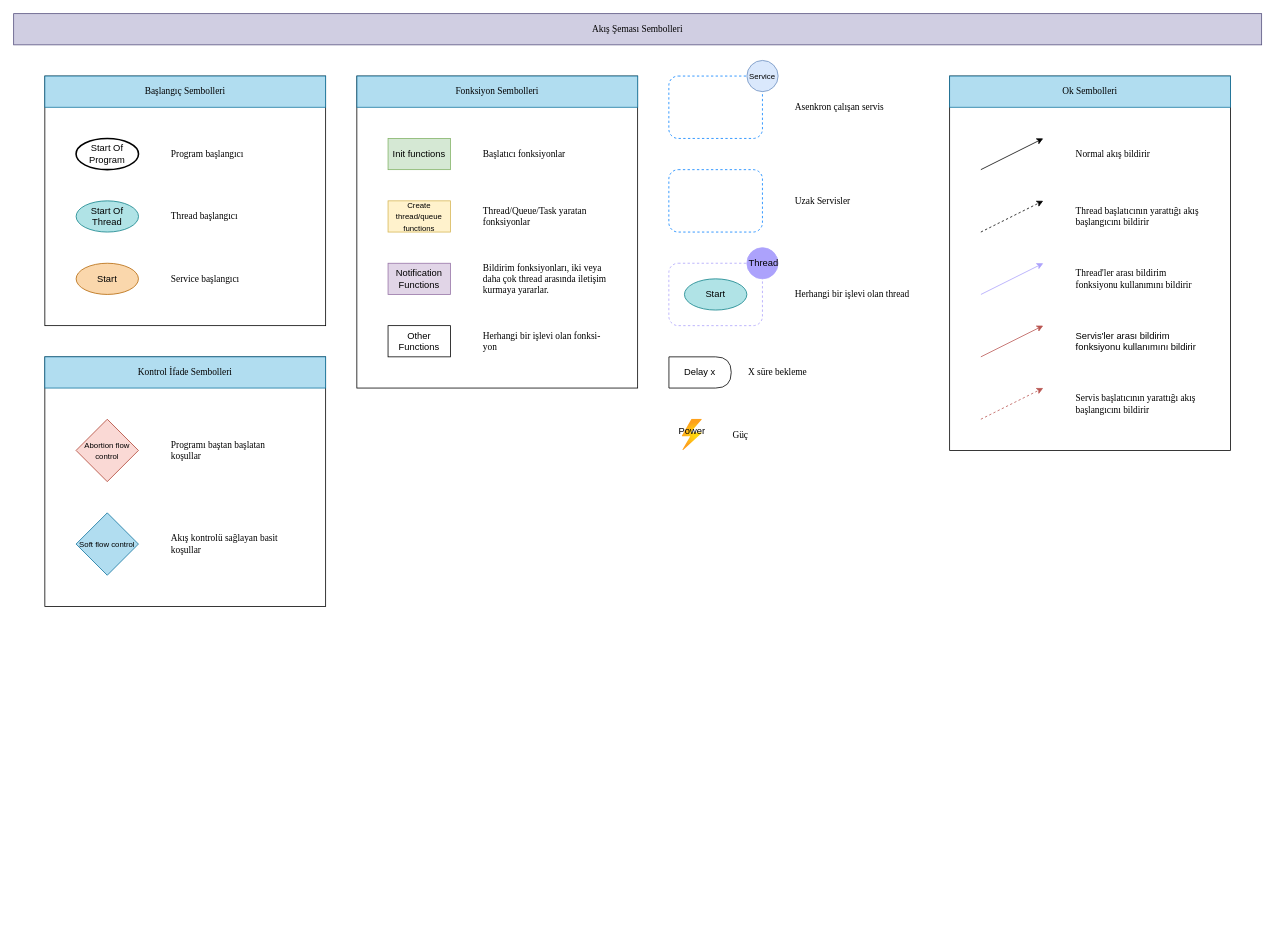
Mona-Roza/car_tracking keeps this draw.io diagram as flow_chart_symbols.drawio. Above is the earlier version. Source tidied: cells renumbered, new cells numbered last; positions are measured from the earlier drawing's top-left corner, leaving out a move shared by most shapes. Both pictures are drawn from the tidied source at 78%, with x=0, y=0 at pixel (13, 13).
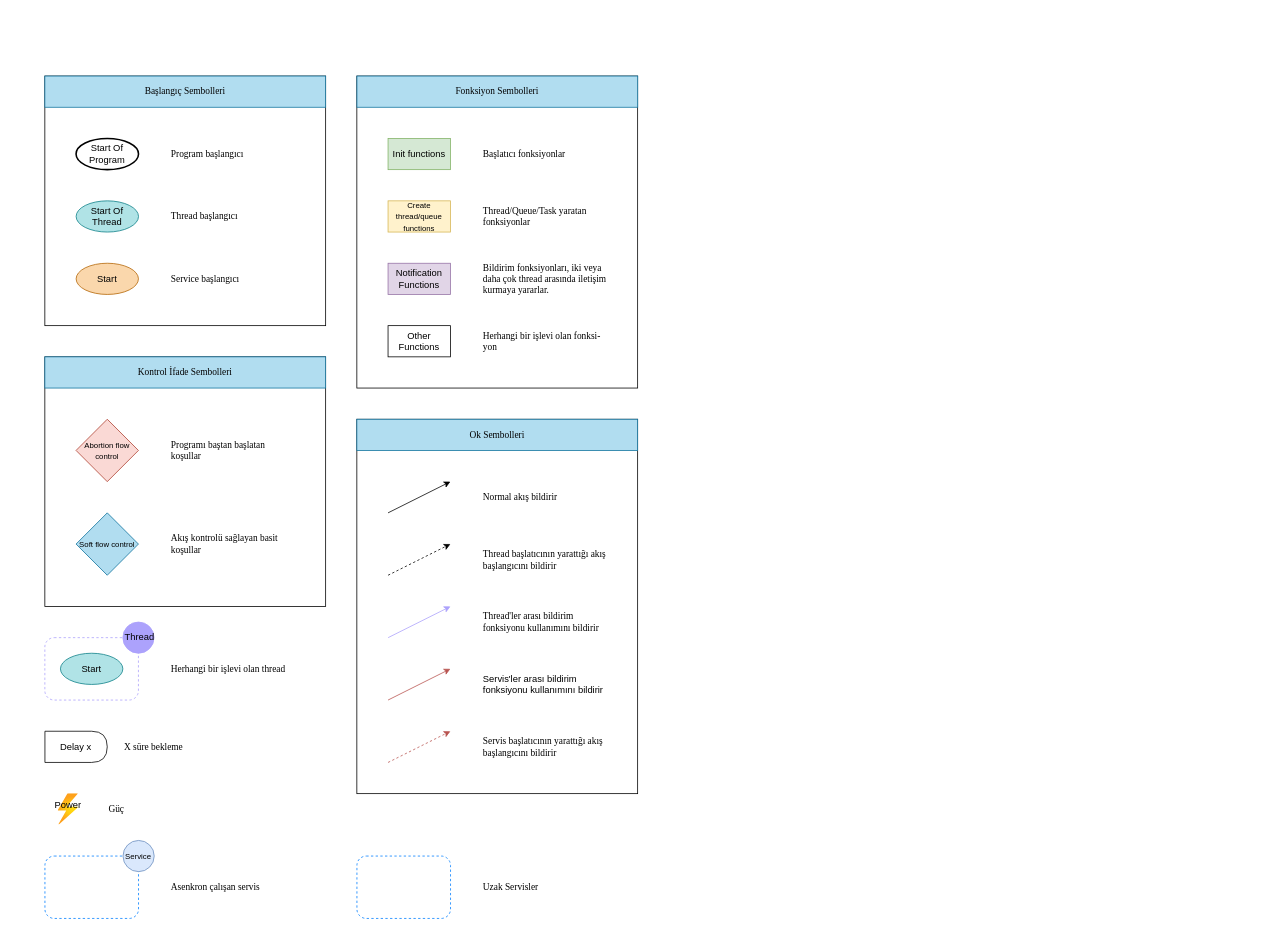
The same diagram, later.

Commit message (it also covers changes not shown here):
updated flow chart symbols

The edit, as a diff of the source:
```diff
@@
     <mxCell id="2" style="rounded=0;whiteSpace=wrap;html=1;fillColor=none;" parent="1" vertex="1">
-      <mxGeometry x="1200" y="80" width="360" height="480" as="geometry" />
+      <mxGeometry x="440" y="520" width="360" height="480" as="geometry" />
     </mxCell>
@@
-    <mxCell id="8" value="&lt;font face=&quot;Times New Roman&quot;&gt;Akış Şeması Sembolleri&lt;/font&gt;" style="text;html=1;strokeColor=#56517e;fillColor=#d0cee2;align=center;verticalAlign=middle;whiteSpace=wrap;rounded=0;" parent="1" vertex="1">
-      <mxGeometry width="1600" height="40" as="geometry" />
-    </mxCell>
@@
     <mxCell id="26" style="rounded=1;whiteSpace=wrap;html=1;dashed=1;fillColor=none;strokeColor=#ACA2FC;" parent="1" vertex="1">
-      <mxGeometry x="840" y="320" width="120" height="80" as="geometry" />
+      <mxGeometry x="40" y="800" width="120" height="80" as="geometry" />
     </mxCell>
     <mxCell id="27" value="&amp;nbsp;Thread" style="ellipse;whiteSpace=wrap;html=1;fillColor=#ACA2FC;strokeColor=#ACA2FC;" parent="1" vertex="1">
-      <mxGeometry x="940" y="300" width="40" height="40" as="geometry" />
+      <mxGeometry x="140" y="780" width="40" height="40" as="geometry" />
     </mxCell>
     <mxCell id="28" value="Start" style="ellipse;whiteSpace=wrap;html=1;fillColor=#b0e3e6;strokeColor=#0e8088;" parent="1" vertex="1">
-      <mxGeometry x="860" y="340" width="80" height="40" as="geometry" />
+      <mxGeometry x="60" y="820" width="80" height="40" as="geometry" />
     </mxCell>
     <mxCell id="29" value="&lt;font face=&quot;Times New Roman&quot;&gt;Herhangi bir işlevi olan thread&lt;/font&gt;" style="text;html=1;strokeColor=none;fillColor=none;align=left;verticalAlign=middle;whiteSpace=wrap;rounded=0;" parent="1" vertex="1">
-      <mxGeometry x="1000" y="340" width="160" height="40" as="geometry" />
+      <mxGeometry x="200" y="820" width="160" height="40" as="geometry" />
     </mxCell>
     <mxCell id="30" value="Delay x" style="shape=delay;whiteSpace=wrap;html=1;" parent="1" vertex="1">
-      <mxGeometry x="840.1" y="440" width="79.9" height="40" as="geometry" />
+      <mxGeometry x="40.1" y="920" width="79.9" height="40" as="geometry" />
     </mxCell>
     <mxCell id="31" value="&lt;font face=&quot;Times New Roman&quot;&gt;X süre bekleme&amp;nbsp;&lt;/font&gt;" style="text;html=1;strokeColor=none;fillColor=none;align=left;verticalAlign=middle;whiteSpace=wrap;rounded=0;" parent="1" vertex="1">
-      <mxGeometry x="940" y="440" width="90" height="40" as="geometry" />
+      <mxGeometry x="140" y="920" width="90" height="40" as="geometry" />
     </mxCell>
     <mxCell id="32" style="image;html=1;align=center;fontSize=12;image=img/lib/azure2/general/Power.svg;" parent="1" vertex="1">
-      <mxGeometry x="857" y="520" width="25.9" height="40" as="geometry" />
+      <mxGeometry x="57" y="1000" width="25.9" height="40" as="geometry" />
     </mxCell>
     <mxCell id="33" value="Power" style="text;html=1;strokeColor=none;fillColor=none;align=center;verticalAlign=middle;whiteSpace=wrap;rounded=0;" parent="1" vertex="1">
-      <mxGeometry x="840" y="520" width="60" height="30" as="geometry" />
+      <mxGeometry x="40" y="1000" width="60" height="30" as="geometry" />
     </mxCell>
     <mxCell id="34" value="&lt;font face=&quot;Times New Roman&quot;&gt;Güç&lt;/font&gt;" style="text;html=1;strokeColor=none;fillColor=none;align=left;verticalAlign=middle;whiteSpace=wrap;rounded=0;" parent="1" vertex="1">
-      <mxGeometry x="920" y="520" width="40" height="40" as="geometry" />
+      <mxGeometry x="120" y="1000" width="40" height="40" as="geometry" />
     </mxCell>
     <mxCell id="35" value="&lt;font face=&quot;Times New Roman&quot;&gt;Ok Sembolleri&lt;/font&gt;" style="text;html=1;strokeColor=#10739e;fillColor=#b1ddf0;align=center;verticalAlign=middle;whiteSpace=wrap;rounded=0;" parent="1" vertex="1">
-      <mxGeometry x="1200" y="80" width="360" height="40" as="geometry" />
+      <mxGeometry x="440" y="520" width="360" height="40" as="geometry" />
     </mxCell>
     <mxCell id="36" style="endArrow=classic;html=1;rounded=0;entryX=0.333;entryY=0.333;entryDx=0;entryDy=0;entryPerimeter=0;dashed=1;" parent="1" edge="1">
       <mxGeometry relative="1" as="geometry">
-        <mxPoint x="1240" y="280" as="sourcePoint" />
-        <mxPoint x="1320" y="240" as="targetPoint" />
+        <mxPoint x="480" y="720" as="sourcePoint" />
+        <mxPoint x="560" y="680" as="targetPoint" />
       </mxGeometry>
     </mxCell>
     <mxCell id="37" style="endArrow=classic;html=1;rounded=0;entryX=0.333;entryY=0.333;entryDx=0;entryDy=0;entryPerimeter=0;" parent="1" edge="1">
       <mxGeometry relative="1" as="geometry">
-        <mxPoint x="1240" y="200" as="sourcePoint" />
-        <mxPoint x="1320" y="160" as="targetPoint" />
+        <mxPoint x="480" y="640" as="sourcePoint" />
+        <mxPoint x="560" y="600" as="targetPoint" />
       </mxGeometry>
     </mxCell>
     <mxCell id="38" style="endArrow=classic;html=1;rounded=0;entryX=0.333;entryY=0.333;entryDx=0;entryDy=0;entryPerimeter=0;strokeColor=#ACA2FC;" parent="1" edge="1">
       <mxGeometry relative="1" as="geometry">
-        <mxPoint x="1240.1" y="360" as="sourcePoint" />
-        <mxPoint x="1320.1" y="320" as="targetPoint" />
+        <mxPoint x="480.1" y="800" as="sourcePoint" />
+        <mxPoint x="560.1" y="760" as="targetPoint" />
       </mxGeometry>
     </mxCell>
     <mxCell id="39" value="&lt;font face=&quot;Times New Roman&quot;&gt;Normal akış bildirir&lt;/font&gt;" style="text;html=1;strokeColor=none;fillColor=none;align=left;verticalAlign=middle;whiteSpace=wrap;rounded=0;" parent="1" vertex="1">
-      <mxGeometry x="1360" y="160" width="160" height="40" as="geometry" />
+      <mxGeometry x="600" y="600" width="160" height="40" as="geometry" />
     </mxCell>
     <mxCell id="40" value="&lt;font face=&quot;Times New Roman&quot;&gt;Thread başlatıcının yarattığı akış başlangıcını bildirir&lt;/font&gt;" style="text;html=1;strokeColor=none;fillColor=none;align=left;verticalAlign=middle;whiteSpace=wrap;rounded=0;" parent="1" vertex="1">
-      <mxGeometry x="1360" y="240" width="160" height="40" as="geometry" />
+      <mxGeometry x="600" y="680" width="160" height="40" as="geometry" />
     </mxCell>
     <mxCell id="41" value="&lt;font face=&quot;Times New Roman&quot;&gt;Thread'ler arası bildirim fonksiyonu kullanımını bildirir&lt;/font&gt;" style="text;html=1;strokeColor=none;fillColor=none;align=left;verticalAlign=middle;whiteSpace=wrap;rounded=0;" parent="1" vertex="1">
-      <mxGeometry x="1360" y="320" width="160" height="40" as="geometry" />
+      <mxGeometry x="600" y="760" width="160" height="40" as="geometry" />
     </mxCell>
@@
     <mxCell id="44" style="rounded=1;whiteSpace=wrap;html=1;dashed=1;strokeColor=#007FFF;fillColor=none;" parent="1" vertex="1">
-      <mxGeometry x="840" y="80" width="120" height="80" as="geometry" />
+      <mxGeometry x="40.1" y="1080" width="120" height="80" as="geometry" />
     </mxCell>
     <mxCell id="45" value="Service" style="ellipse;whiteSpace=wrap;html=1;fillColor=#dae8fc;strokeColor=#6c8ebf;align=center;fontSize=10;" parent="1" vertex="1">
-      <mxGeometry x="940.1" y="60" width="40" height="40" as="geometry" />
+      <mxGeometry x="140.2" y="1060" width="40" height="40" as="geometry" />
     </mxCell>
     <mxCell id="46" style="rounded=1;whiteSpace=wrap;html=1;dashed=1;strokeColor=#007FFF;fillColor=none;" parent="1" vertex="1">
-      <mxGeometry x="840" y="200" width="120" height="80" as="geometry" />
+      <mxGeometry x="440.1" y="1080" width="120" height="80" as="geometry" />
     </mxCell>
     <mxCell id="47" value="&lt;font face=&quot;Times New Roman&quot;&gt;Uzak Servisler&lt;/font&gt;" style="text;html=1;strokeColor=none;fillColor=none;align=left;verticalAlign=middle;whiteSpace=wrap;rounded=0;" parent="1" vertex="1">
-      <mxGeometry x="1000" y="220" width="160" height="40" as="geometry" />
+      <mxGeometry x="600.1" y="1100" width="160" height="40" as="geometry" />
     </mxCell>
     <mxCell id="48" value="&lt;font face=&quot;Times New Roman&quot;&gt;Asenkron çalışan servis&lt;/font&gt;" style="text;html=1;strokeColor=none;fillColor=none;align=left;verticalAlign=middle;whiteSpace=wrap;rounded=0;" parent="1" vertex="1">
-      <mxGeometry x="1000" y="100" width="160" height="40" as="geometry" />
+      <mxGeometry x="200.1" y="1100" width="160" height="40" as="geometry" />
     </mxCell>
     <mxCell id="49" style="endArrow=classic;html=1;rounded=0;fillColor=#f8cecc;strokeColor=#b85450;" parent="1" edge="1">
       <mxGeometry relative="1" as="geometry">
-        <mxPoint x="1240" y="440" as="sourcePoint" />
-        <mxPoint x="1320" y="400" as="targetPoint" />
+        <mxPoint x="480" y="880" as="sourcePoint" />
+        <mxPoint x="560" y="840" as="targetPoint" />
       </mxGeometry>
     </mxCell>
     <mxCell id="50" style="endArrow=classic;html=1;rounded=0;entryX=0.333;entryY=0.333;entryDx=0;entryDy=0;entryPerimeter=0;dashed=1;fillColor=#f8cecc;strokeColor=#b85450;" parent="1" edge="1">
       <mxGeometry relative="1" as="geometry">
-        <mxPoint x="1240" y="520" as="sourcePoint" />
-        <mxPoint x="1320" y="480" as="targetPoint" />
+        <mxPoint x="480" y="960" as="sourcePoint" />
+        <mxPoint x="560" y="920" as="targetPoint" />
       </mxGeometry>
     </mxCell>
     <mxCell id="51" value="Servis'ler arası bildirim fonksiyonu kullanımını bildirir" style="text;html=1;strokeColor=none;fillColor=none;align=left;verticalAlign=middle;whiteSpace=wrap;rounded=0;" parent="1" vertex="1">
-      <mxGeometry x="1360" y="400" width="160" height="40" as="geometry" />
+      <mxGeometry x="600" y="840" width="160" height="40" as="geometry" />
     </mxCell>
     <mxCell id="52" value="&lt;font face=&quot;Times New Roman&quot;&gt;Servis başlatıcının yarattığı akış başlangıcını bildirir&lt;/font&gt;" style="text;html=1;strokeColor=none;fillColor=none;align=left;verticalAlign=middle;whiteSpace=wrap;rounded=0;" parent="1" vertex="1">
-      <mxGeometry x="1360" y="480" width="160" height="40" as="geometry" />
+      <mxGeometry x="600" y="920" width="160" height="40" as="geometry" />
     </mxCell>
```
